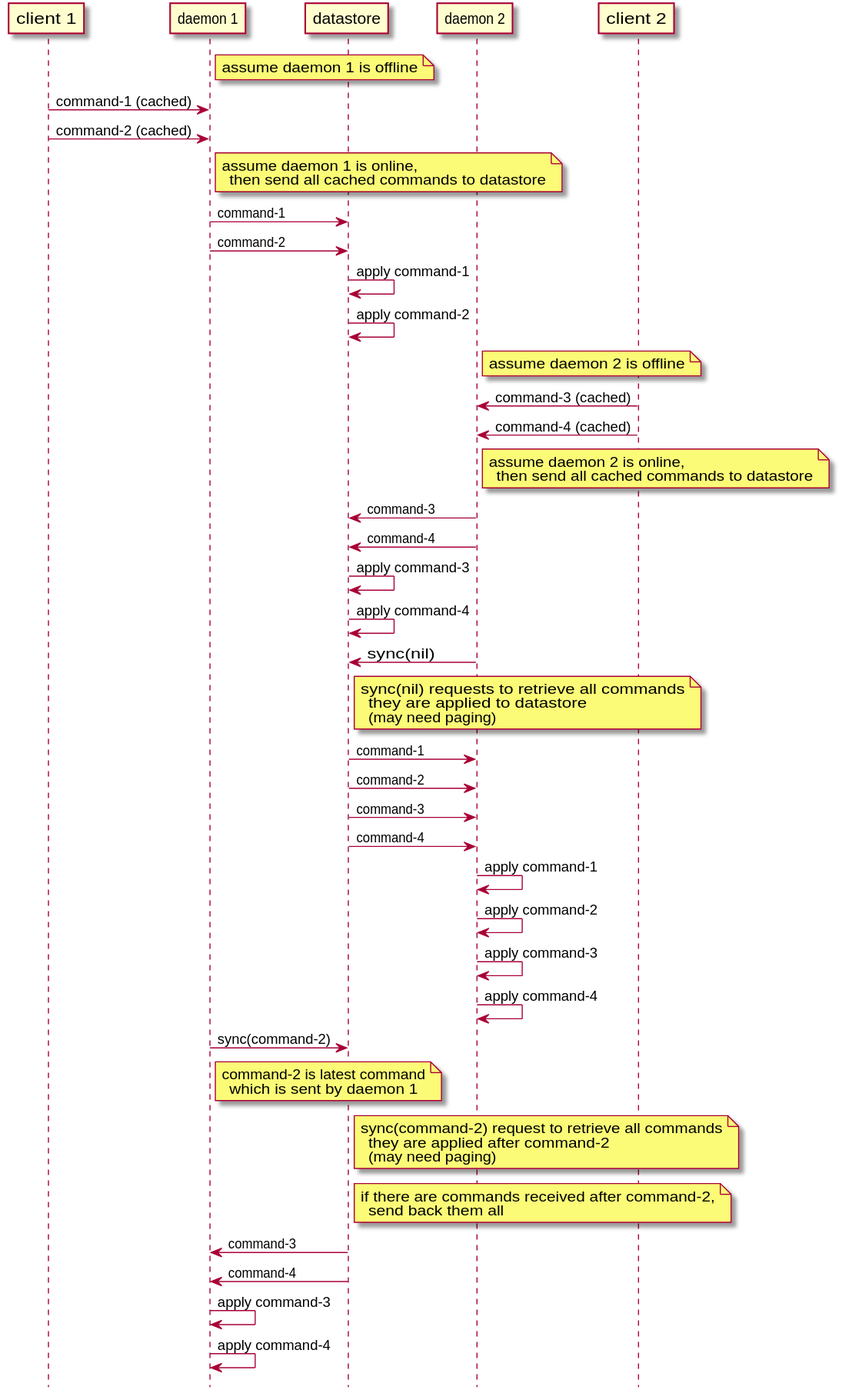
Before: docs/uml/sync.svg, a diagram exported from PlantUML (pankona/hashira).
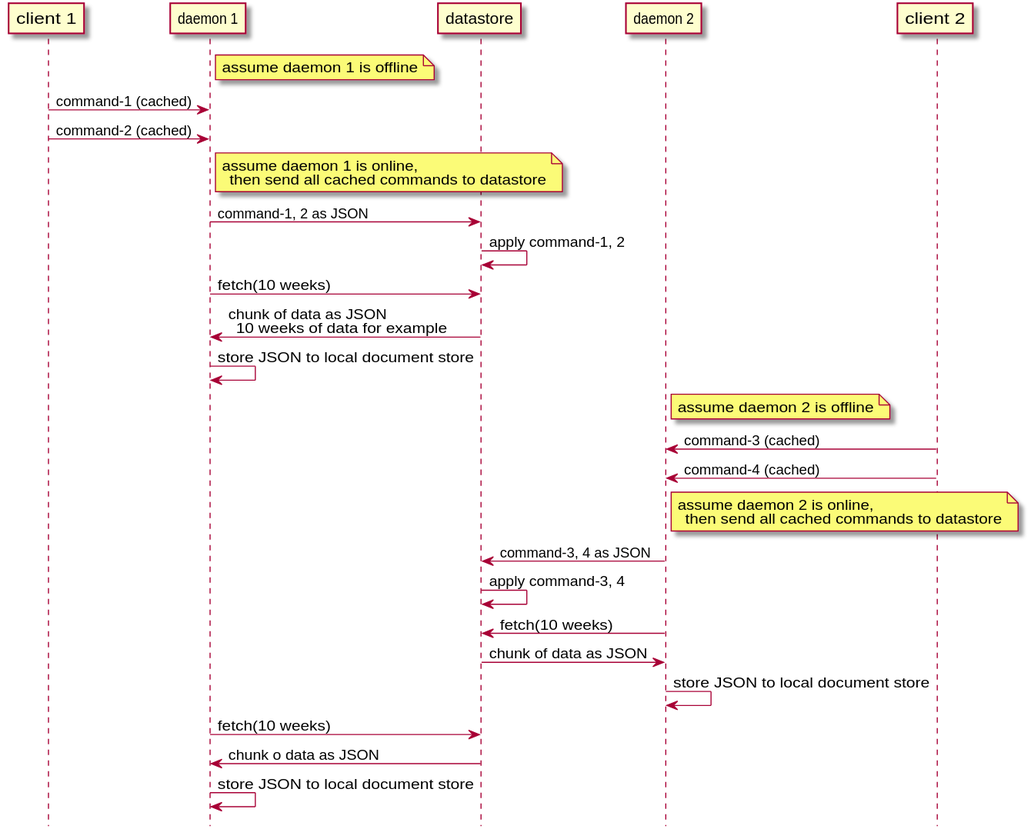
After the change.

What changed in the source:
```diff
@@ -8,47 +8,34 @@
 participant "daemon 2"  as d2
 participant "client 2"  as c2
 
-
 note right of d1 : assume daemon 1 is offline
 c1 -> d1 : command-1 (cached)
 c1 -> d1 : command-2 (cached)
 
 note right of d1 : assume daemon 1 is online,\n then send all cached commands to datastore
-d1 -> ds : command-1
-d1 -> ds : command-2
+d1 -> ds : command-1, 2 as JSON
 
-ds -> ds : apply command-1
-ds -> ds : apply command-2
+ds -> ds : apply command-1, 2
+
+d1 -> ds : fetch(10 weeks)
+d1 <- ds : chunk of data as JSON\n 10 weeks of data for example
+d1 -> d1 : store JSON to local document store
 
 note right of d2 : assume daemon 2 is offline
 d2 <- c2 : command-3 (cached)
 d2 <- c2 : command-4 (cached)
 
 note right of d2 : assume daemon 2 is online,\n then send all cached commands to datastore
-ds <- d2 : command-3
-ds <- d2 : command-4
+ds <- d2 : command-3, 4 as JSON
 
-ds -> ds : apply command-3
-ds -> ds : apply command-4
+ds -> ds : apply command-3, 4
 
-ds <- d2 : sync(nil)
-note right of ds: sync(nil) requests to retrieve all commands\n they are applied to datastore\n (may need paging)
-ds -> d2 : command-1
-ds -> d2 : command-2
-ds -> d2 : command-3
-ds -> d2 : command-4
-d2 -> d2 : apply command-1
-d2 -> d2 : apply command-2
-d2 -> d2 : apply command-3
-d2 -> d2 : apply command-4
+ds <- d2 : fetch(10 weeks)
+ds -> d2 : chunk of data as JSON
+d2 -> d2 : store JSON to local document store
 
-d1 -> ds : sync(command-2)
-note right of d1 : command-2 is latest command\n which is sent by daemon 1
-note right of ds : sync(command-2) request to retrieve all commands\n they are applied after command-2\n (may need paging)
-note right of ds : if there are commands received after command-2,\n send back them all
-d1 <- ds : command-3
-d1 <- ds : command-4
-d1 -> d1 : apply command-3
-d1 -> d1 : apply command-4
+d1 -> ds : fetch(10 weeks)
+d1 <- ds : chunk o data as JSON
+d1 -> d1 : store JSON to local document store
 
 @enduml
```
